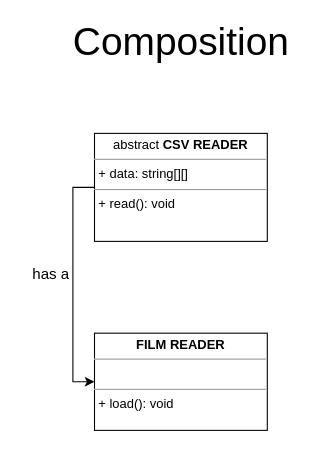
The draw.io diagram page "Page-7" (8 of 12) of sass-explained/Untitled Diagram.drawio in kingsley-ijomah/draw.io, before the edit. Source tidied: cells renumbered, new cells numbered last; positions are measured from the earlier drawing's top-left corner, leaving out a move shared by most shapes. Both pictures are drawn from the tidied source at 108%, with x=0, y=0 at pixel (18, 25).
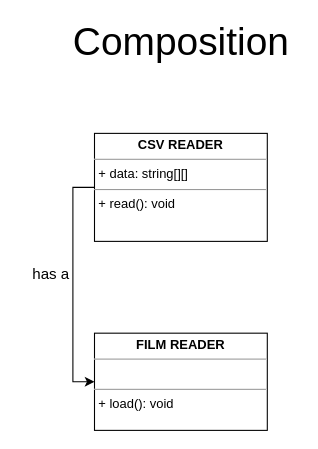
Above is the later version.

Change to the diagram source:
```diff
@@
 <mxGraphModel>
   <root>
     <mxCell id="0" />
     <mxCell id="1" parent="0" />
     <mxCell id="2" value="&lt;p style=&quot;margin: 0px ; margin-top: 4px ; text-align: center&quot;&gt;&lt;b&gt;FILM READER&lt;/b&gt;&lt;/p&gt;&lt;hr size=&quot;1&quot;&gt;&lt;p style=&quot;margin: 0px ; margin-left: 4px&quot;&gt;&lt;br&gt;&lt;/p&gt;&lt;hr size=&quot;1&quot;&gt;&lt;p style=&quot;margin: 0px ; margin-left: 4px&quot;&gt;+ load(): void&lt;/p&gt;" style="verticalAlign=top;align=left;overflow=fill;fontSize=12;fontFamily=Helvetica;html=1;" parent="1" vertex="1">
       <mxGeometry x="70" y="285" width="160" height="90" as="geometry" />
     </mxCell>
     <mxCell id="3" style="edgeStyle=orthogonalEdgeStyle;rounded=0;jettySize=auto;html=1;exitX=0;exitY=0.5;exitDx=0;exitDy=0;entryX=0;entryY=0.5;entryDx=0;entryDy=0;fontSize=14;" parent="1" edge="1" source="4" target="2">
       <mxGeometry relative="1" as="geometry" />
     </mxCell>
-    <mxCell id="4" value="&lt;p style=&quot;margin: 0px ; margin-top: 4px ; text-align: center&quot;&gt;abstract&lt;b&gt; CSV READER&lt;/b&gt;&lt;/p&gt;&lt;hr size=&quot;1&quot;&gt;&lt;p style=&quot;margin: 0px ; margin-left: 4px&quot;&gt;+ data: string[][]&lt;/p&gt;&lt;hr size=&quot;1&quot;&gt;&lt;p style=&quot;margin: 0px ; margin-left: 4px&quot;&gt;+ read(): void&lt;/p&gt;" style="verticalAlign=top;align=left;overflow=fill;fontSize=12;fontFamily=Helvetica;html=1;" parent="1" vertex="1">
+    <mxCell id="4" value="&lt;p style=&quot;margin: 0px ; margin-top: 4px ; text-align: center&quot;&gt;&lt;b&gt;CSV READER&lt;/b&gt;&lt;/p&gt;&lt;hr size=&quot;1&quot;&gt;&lt;p style=&quot;margin: 0px ; margin-left: 4px&quot;&gt;+ data: string[][]&lt;/p&gt;&lt;hr size=&quot;1&quot;&gt;&lt;p style=&quot;margin: 0px ; margin-left: 4px&quot;&gt;+ read(): void&lt;/p&gt;" style="verticalAlign=top;align=left;overflow=fill;fontSize=12;fontFamily=Helvetica;html=1;" parent="1" vertex="1">
       <mxGeometry x="70" y="100" width="160" height="100" as="geometry" />
     </mxCell>
     <mxCell id="5" value="has a" style="text;html=1;strokeColor=none;fillColor=none;align=center;verticalAlign=middle;whiteSpace=wrap;rounded=0;fontSize=14;" parent="1" vertex="1">
       <mxGeometry y="215" width="60" height="30" as="geometry" />
     </mxCell>
     <mxCell id="6" value="&lt;font style=&quot;font-size: 36px&quot;&gt;Composition&lt;/font&gt;" style="text;html=1;align=center;verticalAlign=middle;strokeColor=none;fillColor=none;" parent="1" vertex="1">
       <mxGeometry x="40" width="220" height="30" as="geometry" />
     </mxCell>
   </root>
 </mxGraphModel>
```
